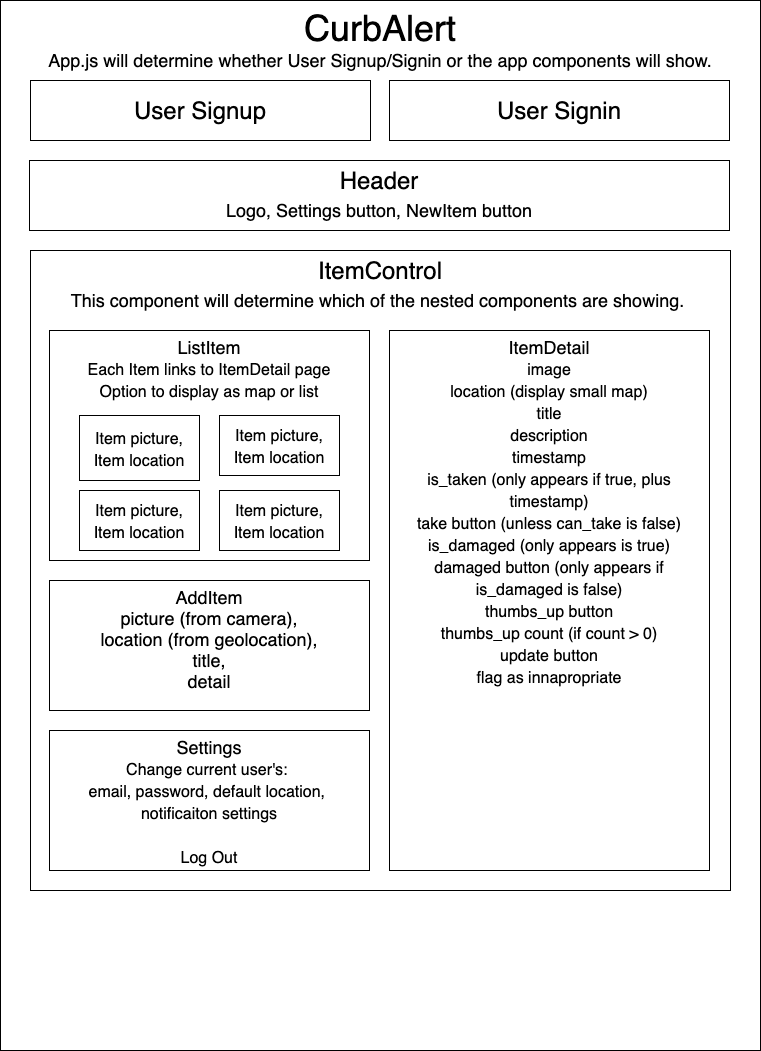
Before: project-diagram.drawio.png, a diagram exported from draw.io (ETS-ReactNative5/CurbAlert). Source tidied: cells renumbered, new cells last; positions are measured from the earlier drawing's top-left corner, leaving out a move shared by most shapes.
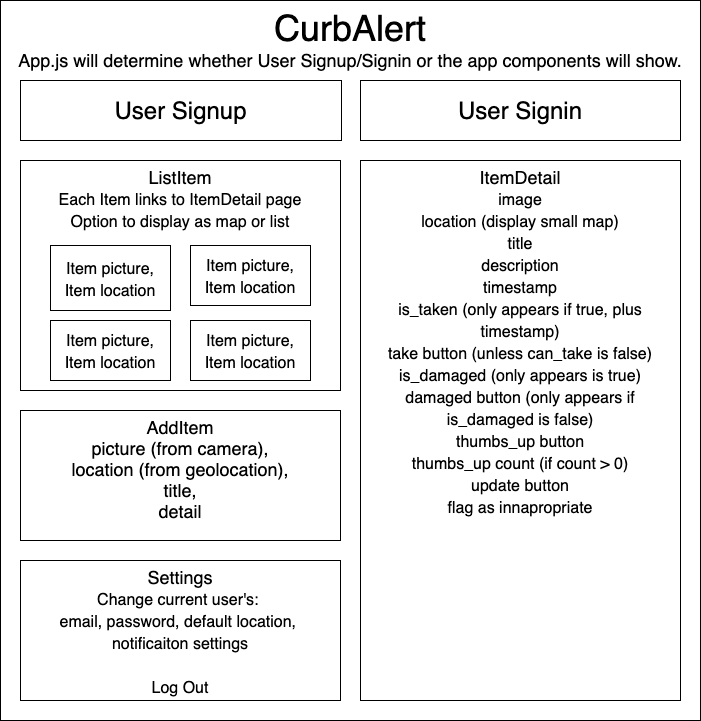
After the commit.

Change to the diagram source:
```diff
@@ -3,19 +3,13 @@
     <mxCell id="0" />
     <mxCell id="1" parent="0" />
     <mxCell id="2" value="&lt;font&gt;&lt;span style=&quot;font-size: 36px&quot;&gt;CurbAlert&lt;/span&gt;&lt;br&gt;&lt;font style=&quot;font-size: 18px&quot;&gt;App.js will determine whether User Signup/Signin or the app components will show.&lt;/font&gt;&lt;br&gt;&lt;/font&gt;" style="rounded=0;whiteSpace=wrap;html=1;verticalAlign=top;" parent="1" vertex="1">
-      <mxGeometry width="760" height="1050" as="geometry" />
+      <mxGeometry x="29" y="170" width="700" height="720" as="geometry" />
     </mxCell>
-    <mxCell id="3" value="ItemControl&lt;br&gt;&lt;font style=&quot;font-size: 18px&quot;&gt;This component will determine which of the nested components are showing.&amp;nbsp;&lt;/font&gt;" style="rounded=0;whiteSpace=wrap;html=1;fontSize=24;verticalAlign=top;" parent="1" vertex="1">
-      <mxGeometry x="30" y="250" width="700" height="640" as="geometry" />
-    </mxCell>
-    <mxCell id="4" value="&lt;font&gt;Header&lt;br&gt;&lt;font style=&quot;font-size: 18px&quot;&gt;Logo, Settings button, NewItem button&lt;/font&gt;&lt;br&gt;&lt;/font&gt;" style="rounded=0;whiteSpace=wrap;html=1;fontSize=24;verticalAlign=top;" parent="1" vertex="1">
-      <mxGeometry x="29" y="160" width="700" height="70" as="geometry" />
-    </mxCell>
     <mxCell id="5" value="User Signup" style="rounded=0;whiteSpace=wrap;html=1;fontSize=24;" parent="1" vertex="1">
-      <mxGeometry x="30" y="80" width="340" height="60" as="geometry" />
+      <mxGeometry x="49" y="250" width="321" height="60" as="geometry" />
     </mxCell>
     <mxCell id="6" value="User Signin" style="rounded=0;whiteSpace=wrap;html=1;fontSize=24;" parent="1" vertex="1">
-      <mxGeometry x="389" y="80" width="340" height="60" as="geometry" />
+      <mxGeometry x="389" y="250" width="320" height="60" as="geometry" />
     </mxCell>
     <mxCell id="7" value="ListItem&lt;br&gt;&lt;font style=&quot;font-size: 16px&quot;&gt;Each Item links to ItemDetail page&lt;br&gt;Option to display as map or list&lt;br&gt;&lt;/font&gt;" style="rounded=0;whiteSpace=wrap;html=1;fontSize=18;verticalAlign=top;" parent="1" vertex="1">
       <mxGeometry x="49" y="330" width="320" height="230" as="geometry" />
```
